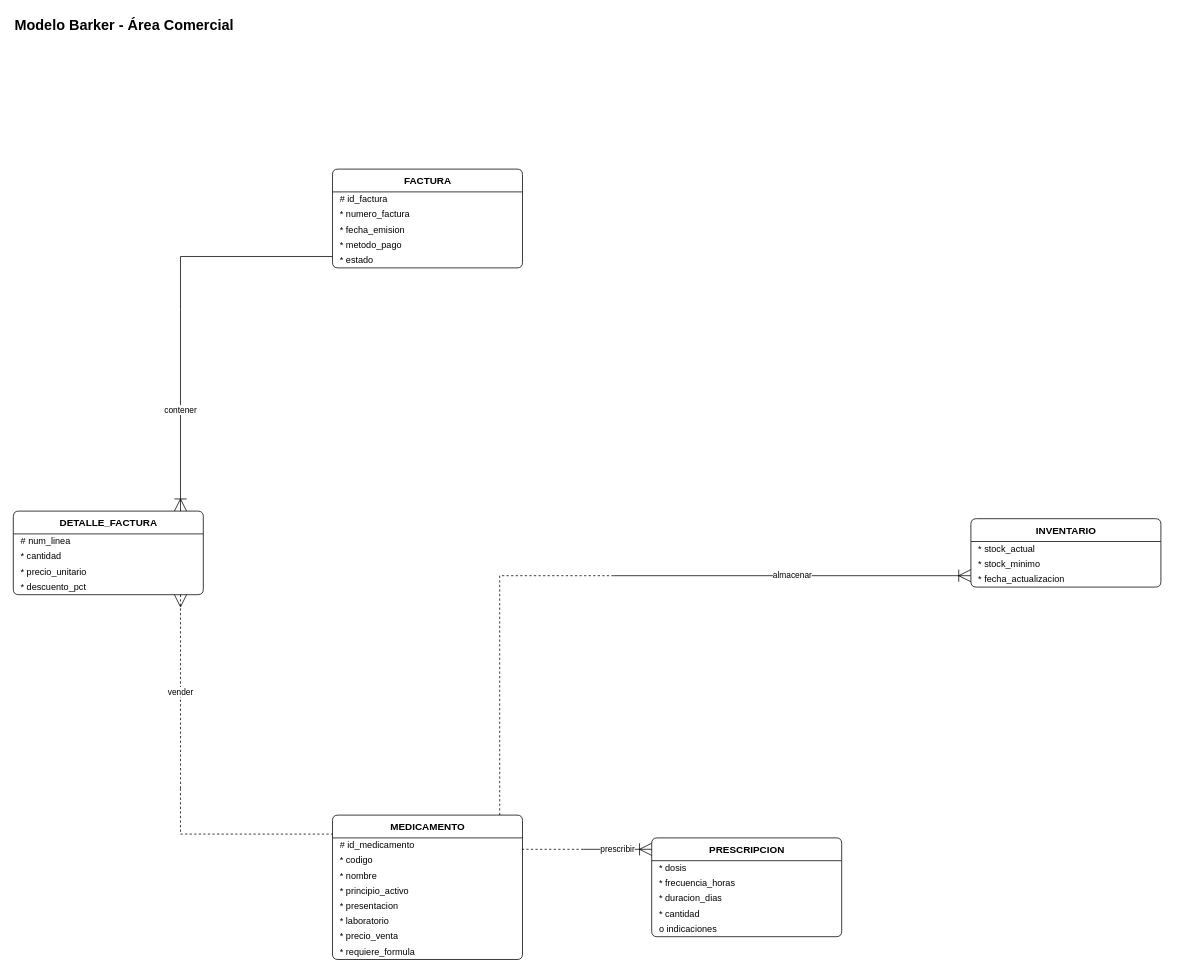
Before: documentos/fase1/diagramas_drawio/18_Barker_Comercial.drawio in Estarlan/proyecto-bd1-sigevet, a draw.io diagram. Source tidied: cells renumbered, new cells numbered last; positions are measured from the earlier drawing's top-left corner, leaving out a move shared by most shapes. Both pictures are drawn from the tidied source at 76%, with x=0, y=0 at pixel (13, 13).
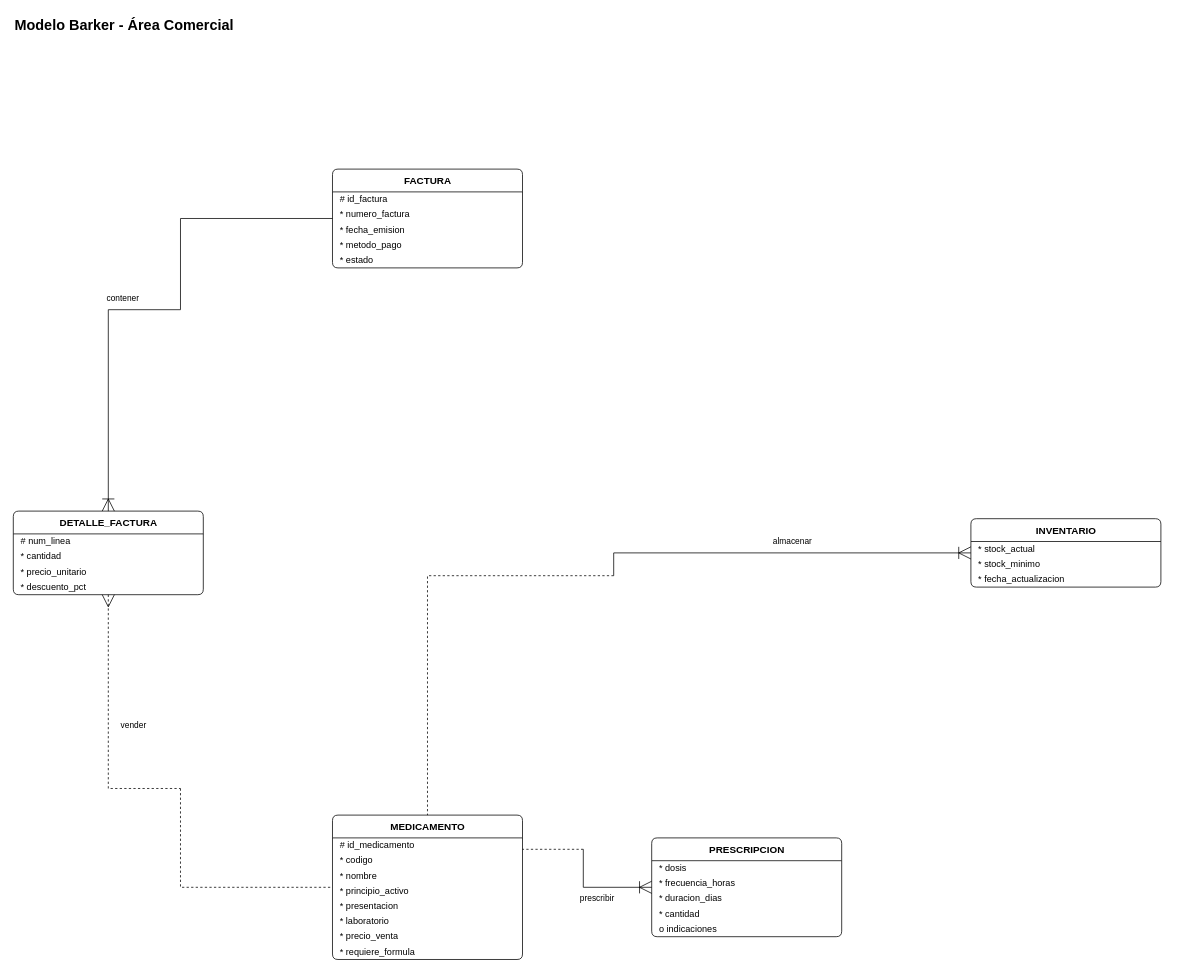
After the change.

The change refers to these unchanged cells:
```xml
<mxCell id="3" value="MEDICAMENTO" style="swimlane;fontStyle=1;horizontal=1;startSize=30;html=1;fillColor=none;swimlaneFillColor=none;fontSize=13;rounded=1;arcSize=8;" parent="1" vertex="1">
  <mxGeometry x="420" y="1055" width="250" height="190" as="geometry" />
</mxCell>
<mxCell id="12" value="PRESCRIPCION" style="swimlane;fontStyle=1;horizontal=1;startSize=30;html=1;fillColor=none;swimlaneFillColor=none;fontSize=13;rounded=1;arcSize=8;" parent="1" vertex="1">
  <mxGeometry x="840" y="1085" width="250" height="130" as="geometry" />
</mxCell>
<mxCell id="18" value="INVENTARIO" style="swimlane;fontStyle=1;horizontal=1;startSize=30;html=1;fillColor=none;swimlaneFillColor=none;fontSize=13;rounded=1;arcSize=8;" parent="1" vertex="1">
  <mxGeometry x="1260" y="665" width="250" height="90" as="geometry" />
</mxCell>
<mxCell id="22" value="FACTURA" style="swimlane;fontStyle=1;horizontal=1;startSize=30;html=1;fillColor=none;swimlaneFillColor=none;fontSize=13;rounded=1;arcSize=8;" parent="1" vertex="1">
  <mxGeometry x="420" y="205" width="250" height="130" as="geometry" />
</mxCell>
<mxCell id="28" value="DETALLE_FACTURA" style="swimlane;fontStyle=1;horizontal=1;startSize=30;html=1;fillColor=none;swimlaneFillColor=none;fontSize=13;rounded=1;arcSize=8;" parent="1" vertex="1">
  <mxGeometry y="655" width="250" height="110" as="geometry" />
</mxCell>
<mxCell id="33" style="shape=waypoint;fillColor=none;strokeColor=none;size=1;perimeter=centerPerimeter;" parent="1" vertex="1">
  <mxGeometry x="749" y="1099" width="2" height="2" as="geometry" />
</mxCell>
<mxCell id="36" style="shape=waypoint;fillColor=none;strokeColor=none;size=1;perimeter=centerPerimeter;" parent="1" vertex="1">
  <mxGeometry x="789" y="739" width="2" height="2" as="geometry" />
</mxCell>
<mxCell id="39" style="shape=waypoint;fillColor=none;strokeColor=none;size=1;perimeter=centerPerimeter;" parent="1" vertex="1">
  <mxGeometry x="219" y="389" width="2" height="2" as="geometry" />
</mxCell>
<mxCell id="42" style="shape=waypoint;fillColor=none;strokeColor=none;size=1;perimeter=centerPerimeter;" parent="1" vertex="1">
  <mxGeometry x="219" y="1019" width="2" height="2" as="geometry" />
</mxCell>
```

Change to the diagram source:
```diff
@@
-    <mxCell id="34" value="prescribir" style="html=1;endArrow=none;fontSize=12;labelBackgroundColor=default;startArrow=ERoneToMany;startFill=0;startSize=14;fontSize=11;jumpStyle=gap;jumpSize=8;edgeStyle=none;rounded=0;exitX=0.00000000;exitY=0.11538462;exitPerimeter=0;entryX=0.5;entryY=0.5;entryPerimeter=0;" parent="1" edge="1" source="12" target="33">
-      <mxGeometry relative="1" as="geometry">
+    <mxCell id="34" value="prescribir" style="html=1;endArrow=none;fontSize=12;labelBackgroundColor=default;startArrow=ERoneToMany;startFill=0;startSize=14;fontSize=11;jumpStyle=gap;jumpSize=8;edgeStyle=none;rounded=0;exitX=0.00000000;exitY=0.11538462;exitPerimeter=0;entryX=0.5;entryY=0.5;entryPerimeter=0;exitX=0.00000000;exitY=0.50000000;exitPerimeter=0;entryX=0.50000000;entryY=0.50000000;entryPerimeter=0;" parent="1" edge="1" source="12" target="33">
+      <mxGeometry x="0.03" relative="1" as="geometry">
         <Array as="points">
-          <mxPoint x="820" y="1100" />
+          <mxPoint x="840" y="1150" />
+          <mxPoint x="750" y="1150" />
           <mxPoint x="750" y="1100" />
         </Array>
+        <mxPoint y="15.1" as="offset" />
       </mxGeometry>
     </mxCell>
-    <mxCell id="35" style="html=1;endArrow=none;fontSize=12;labelBackgroundColor=default;dashed=1;jumpStyle=gap;jumpSize=8;edgeStyle=none;rounded=0;exitX=0.5;exitY=0.5;exitPerimeter=0;entryX=1.00000000;entryY=0.23684211;entryPerimeter=0;" parent="1" edge="1" source="33" target="3">
+    <mxCell id="35" style="html=1;endArrow=none;fontSize=12;labelBackgroundColor=default;dashed=1;jumpStyle=gap;jumpSize=8;edgeStyle=none;rounded=0;exitX=0.5;exitY=0.5;exitPerimeter=0;entryX=1.00000000;entryY=0.23684211;entryPerimeter=0;exitX=0.50000000;exitY=0.50000000;exitPerimeter=0;entryX=1.00000000;entryY=0.23684211;entryPerimeter=0;" parent="1" edge="1" source="33" target="3">
       <mxGeometry relative="1" as="geometry">
         <Array as="points">
           <mxPoint x="750" y="1100" />
-          <mxPoint x="680" y="1100" />
+          <mxPoint x="670" y="1100" />
         </Array>
       </mxGeometry>
     </mxCell>
@@
-    <mxCell id="37" value="almacenar" style="html=1;endArrow=none;fontSize=12;labelBackgroundColor=default;startArrow=ERoneToMany;startFill=0;startSize=14;fontSize=11;jumpStyle=gap;jumpSize=8;edgeStyle=none;rounded=0;exitX=0.00000000;exitY=0.83333333;exitPerimeter=0;entryX=0.5;entryY=0.5;entryPerimeter=0;" parent="1" edge="1" source="18" target="36">
-      <mxGeometry relative="1" as="geometry">
+    <mxCell id="37" value="almacenar" style="html=1;endArrow=none;fontSize=12;labelBackgroundColor=default;startArrow=ERoneToMany;startFill=0;startSize=14;fontSize=11;jumpStyle=gap;jumpSize=8;edgeStyle=none;rounded=0;exitX=0.00000000;exitY=0.83333333;exitPerimeter=0;entryX=0.5;entryY=0.5;entryPerimeter=0;exitX=0.00000000;exitY=0.50000000;exitPerimeter=0;entryX=0.50000000;entryY=0.50000000;entryPerimeter=0;" parent="1" edge="1" source="18" target="36">
+      <mxGeometry x="-0.06" relative="1" as="geometry">
         <Array as="points">
-          <mxPoint x="1240" y="740" />
+          <mxPoint x="1260" y="710" />
+          <mxPoint x="790" y="710" />
           <mxPoint x="790" y="740" />
         </Array>
+        <mxPoint y="-15.1" as="offset" />
       </mxGeometry>
     </mxCell>
-    <mxCell id="38" style="html=1;endArrow=none;fontSize=12;labelBackgroundColor=default;dashed=1;jumpStyle=gap;jumpSize=8;edgeStyle=none;rounded=0;exitX=0.5;exitY=0.5;exitPerimeter=0;entryX=0.88000000;entryY=0.00000000;entryPerimeter=0;" parent="1" edge="1" source="36" target="3">
+    <mxCell id="38" style="html=1;endArrow=none;fontSize=12;labelBackgroundColor=default;dashed=1;jumpStyle=gap;jumpSize=8;edgeStyle=none;rounded=0;exitX=0.5;exitY=0.5;exitPerimeter=0;entryX=0.88000000;entryY=0.00000000;entryPerimeter=0;exitX=0.50000000;exitY=0.50000000;exitPerimeter=0;entryX=0.50000000;entryY=0.00000000;entryPerimeter=0;" parent="1" edge="1" source="36" target="3">
       <mxGeometry relative="1" as="geometry">
         <Array as="points">
           <mxPoint x="790" y="740" />
-          <mxPoint x="640" y="740" />
-          <mxPoint x="640" y="1040" />
+          <mxPoint x="545" y="740" />
+          <mxPoint x="545" y="1055" />
         </Array>
       </mxGeometry>
     </mxCell>
@@
-    <mxCell id="40" value="contener" style="html=1;endArrow=none;fontSize=12;labelBackgroundColor=default;startArrow=ERoneToMany;startFill=0;startSize=14;fontSize=11;jumpStyle=gap;jumpSize=8;edgeStyle=none;rounded=0;exitX=0.88000000;exitY=0.00000000;exitPerimeter=0;entryX=0.5;entryY=0.5;entryPerimeter=0;" parent="1" edge="1" source="28" target="39">
-      <mxGeometry relative="1" as="geometry">
+    <mxCell id="40" value="contener" style="html=1;endArrow=none;fontSize=12;labelBackgroundColor=default;startArrow=ERoneToMany;startFill=0;startSize=14;fontSize=11;jumpStyle=gap;jumpSize=8;edgeStyle=none;rounded=0;exitX=0.88000000;exitY=0.00000000;exitPerimeter=0;entryX=0.5;entryY=0.5;entryPerimeter=0;exitX=0.50000000;exitY=0.00000000;exitPerimeter=0;entryX=0.50000000;entryY=0.50000000;entryPerimeter=0;" parent="1" edge="1" source="28" target="39">
+      <mxGeometry x="0.58" relative="1" as="geometry">
         <Array as="points">
-          <mxPoint x="220" y="640" />
+          <mxPoint x="125" y="655" />
+          <mxPoint x="125" y="390" />
           <mxPoint x="220" y="390" />
         </Array>
+        <mxPoint y="-15.1" as="offset" />
       </mxGeometry>
     </mxCell>
-    <mxCell id="41" style="html=1;endArrow=none;fontSize=12;labelBackgroundColor=default;jumpStyle=gap;jumpSize=8;edgeStyle=none;rounded=0;exitX=0.5;exitY=0.5;exitPerimeter=0;entryX=0.00000000;entryY=0.88461538;entryPerimeter=0;" parent="1" edge="1" source="39" target="22">
+    <mxCell id="41" style="html=1;endArrow=none;fontSize=12;labelBackgroundColor=default;jumpStyle=gap;jumpSize=8;edgeStyle=none;rounded=0;exitX=0.5;exitY=0.5;exitPerimeter=0;entryX=0.00000000;entryY=0.88461538;entryPerimeter=0;exitX=0.50000000;exitY=0.50000000;exitPerimeter=0;entryX=0.00000000;entryY=0.50000000;entryPerimeter=0;" parent="1" edge="1" source="39" target="22">
       <mxGeometry relative="1" as="geometry">
         <Array as="points">
           <mxPoint x="220" y="390" />
-          <mxPoint x="220" y="320" />
-          <mxPoint x="400" y="320" />
+          <mxPoint x="220" y="270" />
+          <mxPoint x="420" y="270" />
         </Array>
       </mxGeometry>
     </mxCell>
@@
-    <mxCell id="43" value="vender" style="html=1;endArrow=none;fontSize=12;labelBackgroundColor=default;dashed=1;startArrow=ERmany;startFill=0;startSize=14;fontSize=11;jumpStyle=gap;jumpSize=8;edgeStyle=none;rounded=0;exitX=0.88000000;exitY=1.00000000;exitPerimeter=0;entryX=0.5;entryY=0.5;entryPerimeter=0;" parent="1" edge="1" source="28" target="42">
-      <mxGeometry relative="1" as="geometry">
+    <mxCell id="43" value="vender" style="html=1;endArrow=none;fontSize=12;labelBackgroundColor=default;dashed=1;startArrow=ERmany;startFill=0;startSize=14;fontSize=11;jumpStyle=gap;jumpSize=8;edgeStyle=none;rounded=0;exitX=0.88000000;exitY=1.00000000;exitPerimeter=0;entryX=0.5;entryY=0.5;entryPerimeter=0;exitX=0.50000000;exitY=1.00000000;exitPerimeter=0;entryX=0.50000000;entryY=0.50000000;entryPerimeter=0;" parent="1" edge="1" source="28" target="42">
+      <mxGeometry x="-0.02" relative="1" as="geometry">
         <Array as="points">
-          <mxPoint x="220" y="780" />
+          <mxPoint x="125" y="765" />
+          <mxPoint x="125" y="1020" />
           <mxPoint x="220" y="1020" />
         </Array>
+        <mxPoint x="33.4" as="offset" />
       </mxGeometry>
     </mxCell>
-    <mxCell id="44" style="html=1;endArrow=none;fontSize=12;labelBackgroundColor=default;dashed=1;jumpStyle=gap;jumpSize=8;edgeStyle=none;rounded=0;exitX=0.5;exitY=0.5;exitPerimeter=0;entryX=0.00000000;entryY=0.13157895;entryPerimeter=0;" parent="1" edge="1" source="42" target="3">
+    <mxCell id="44" style="html=1;endArrow=none;fontSize=12;labelBackgroundColor=default;dashed=1;jumpStyle=gap;jumpSize=8;edgeStyle=none;rounded=0;exitX=0.5;exitY=0.5;exitPerimeter=0;entryX=0.00000000;entryY=0.13157895;entryPerimeter=0;exitX=0.50000000;exitY=0.50000000;exitPerimeter=0;entryX=0.00000000;entryY=0.50000000;entryPerimeter=0;" parent="1" edge="1" source="42" target="3">
       <mxGeometry relative="1" as="geometry">
         <Array as="points">
           <mxPoint x="220" y="1020" />
-          <mxPoint x="220" y="1080" />
-          <mxPoint x="400" y="1080" />
+          <mxPoint x="220" y="1150" />
+          <mxPoint x="420" y="1150" />
         </Array>
       </mxGeometry>
     </mxCell>
```
